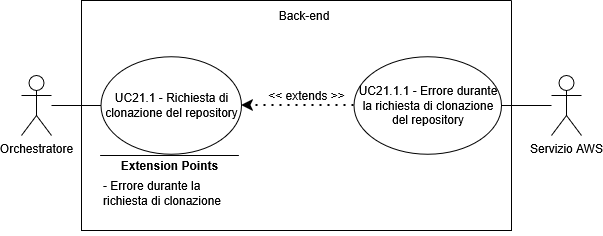
Above: assets/diagrams/UC21_1.png in SkarabGroup/DocumentazioneProgetto (draw.io), before the change. Source tidied: cells renumbered, new cells last; positions are measured from the earlier drawing's top-left corner, leaving out a move shared by most shapes.
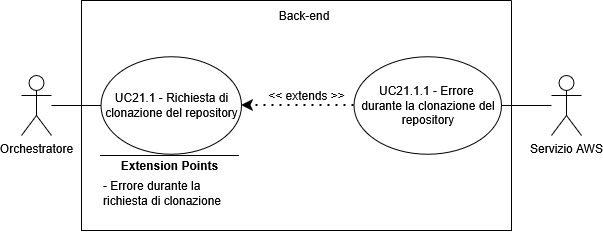
The same diagram one commit later.

What changed in the source:
```diff
@@ -11,7 +11,7 @@
     <mxCell id="4" value="UC21.1 - Richiesta di clonazione del repository" style="ellipse;whiteSpace=wrap;html=1;" parent="3" vertex="1">
       <mxGeometry x="19.5" y="56.2" width="140.5" height="97.5" as="geometry" />
     </mxCell>
-    <mxCell id="5" value="UC21.1.1 - Errore durante la richiesta di clonazione del repository" style="ellipse;whiteSpace=wrap;html=1;" parent="3" vertex="1">
+    <mxCell id="5" value="&lt;div&gt;UC21.1.1 - Errore&amp;nbsp;&lt;/div&gt;&lt;div&gt;durante la clonazione del repository&lt;/div&gt;" style="ellipse;whiteSpace=wrap;html=1;" parent="3" vertex="1">
       <mxGeometry x="272.5" y="56.2" width="147.5" height="97.5" as="geometry" />
     </mxCell>
     <mxCell id="6" style="endArrow=classic;dashed=1;html=1;dashPattern=1 3;strokeWidth=2;rounded=0;entryX=1;entryY=0.5;entryDx=0;entryDy=0;exitX=0;exitY=0.5;exitDx=0;exitDy=0;strokeColor=default;curved=0;endFill=1;endSize=6;" parent="3" edge="1" source="5" target="4">
```
